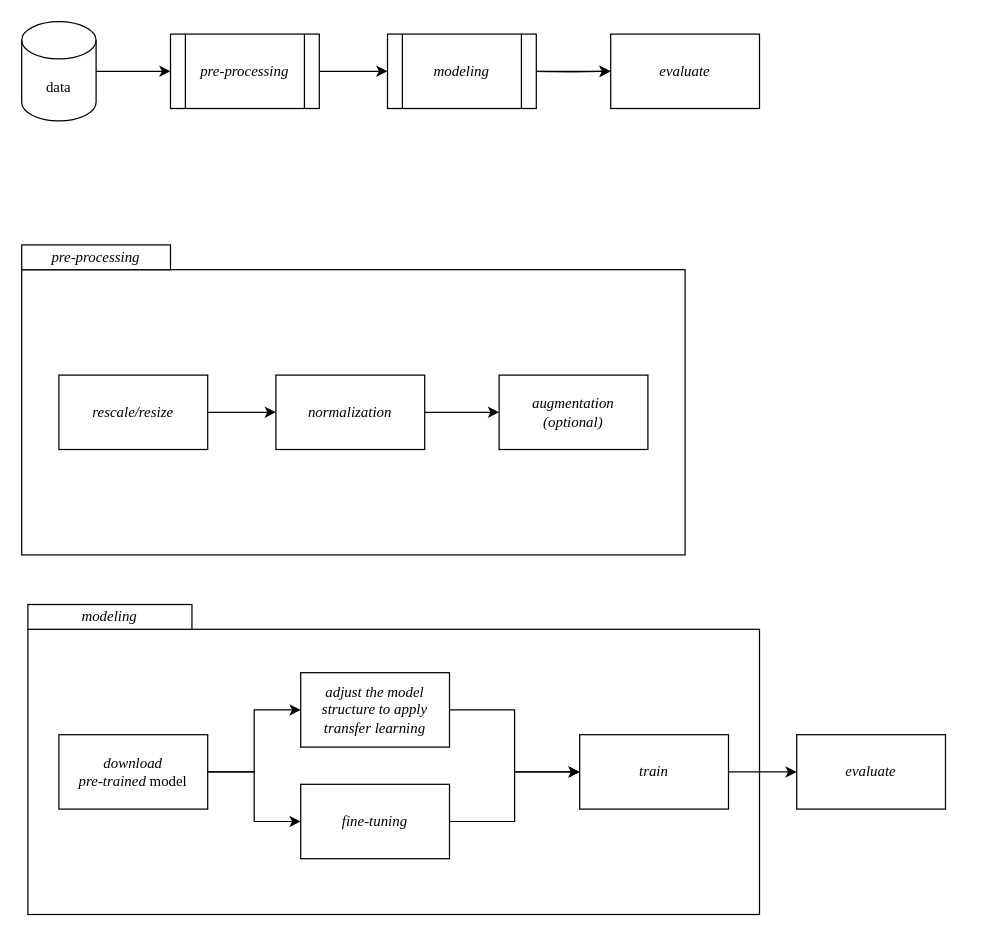
The draw.io diagram proposal/diagram.drawio in caesariodito/k-thesis, before the edit. Source tidied: cells renumbered, new cells numbered last; positions are measured from the earlier drawing's top-left corner, leaving out a move shared by most shapes. Both pictures are drawn from the tidied source at 124%, with x=0, y=0 at pixel (21, 21).
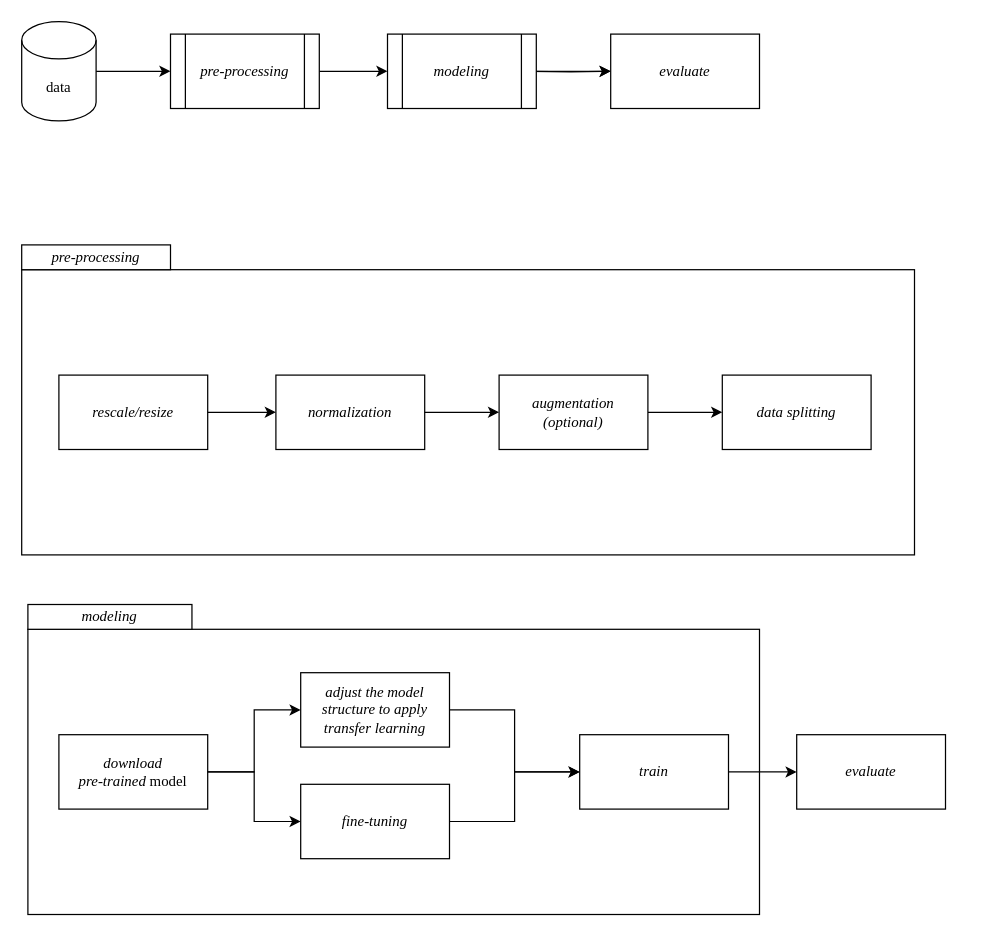
The same diagram, later.

The change refers to these unchanged cells:
```xml
<mxCell id="13" value="&lt;i&gt;&lt;font face=&quot;Times New Roman&quot;&gt;augmentation&lt;br&gt;(optional)&lt;/font&gt;&lt;/i&gt;" style="rounded=0;whiteSpace=wrap;html=1;" parent="8" vertex="1">
  <mxGeometry x="385" y="105" width="120" height="60" as="geometry" />
</mxCell>
```

The edit, as a diff of the source:
```diff
@@
     <mxCell id="8" style="group;" parent="1" vertex="1">
-      <mxGeometry y="180" width="535" height="250" as="geometry" />
+      <mxGeometry y="180" width="720" height="250" as="geometry" />
     </mxCell>
     <mxCell id="9" style="rounded=0;whiteSpace=wrap;html=1;" parent="8" vertex="1">
-      <mxGeometry y="20" width="535" height="230" as="geometry" />
+      <mxGeometry y="20" width="720" height="230" as="geometry" />
     </mxCell>
@@
+    <mxCell id="33" style="edgeStyle=orthogonalEdgeStyle;rounded=0;jettySize=auto;html=1;" parent="8" edge="1" source="13" target="34">
+      <mxGeometry relative="1" as="geometry" />
+    </mxCell>
@@
+    <mxCell id="34" value="&lt;font face=&quot;Times New Roman&quot;&gt;&lt;i&gt;data splitting&lt;/i&gt;&lt;/font&gt;" style="rounded=0;whiteSpace=wrap;html=1;" parent="8" vertex="1">
+      <mxGeometry x="565" y="105" width="120" height="60" as="geometry" />
+    </mxCell>
```
